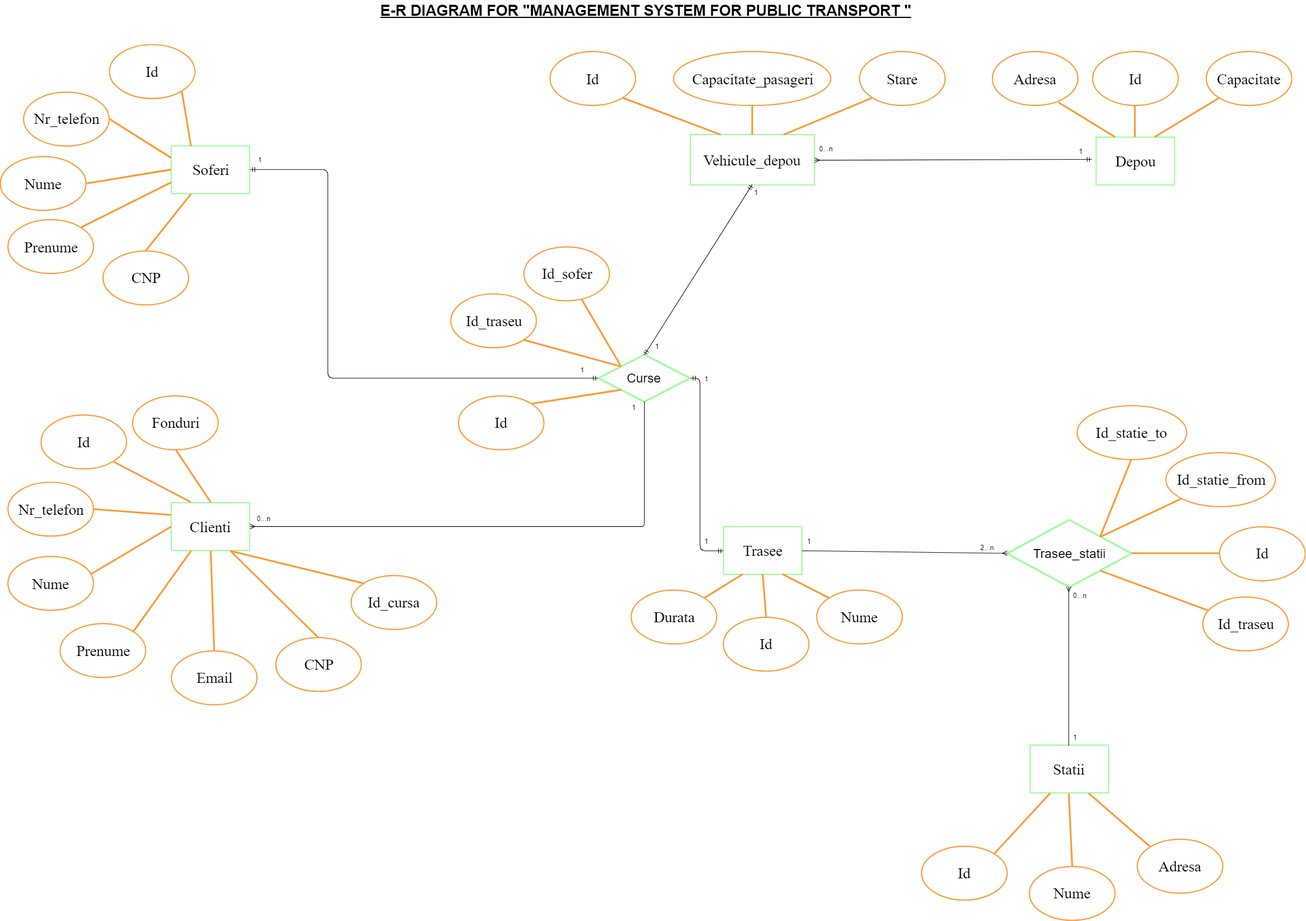
andreicalinciuc/SGBD keeps this draw.io diagram as E-R diagram.png. Above is the earlier version. Source tidied: cells renumbered, new cells last; positions are measured from the earlier drawing's top-left corner, leaving out a move shared by most shapes.
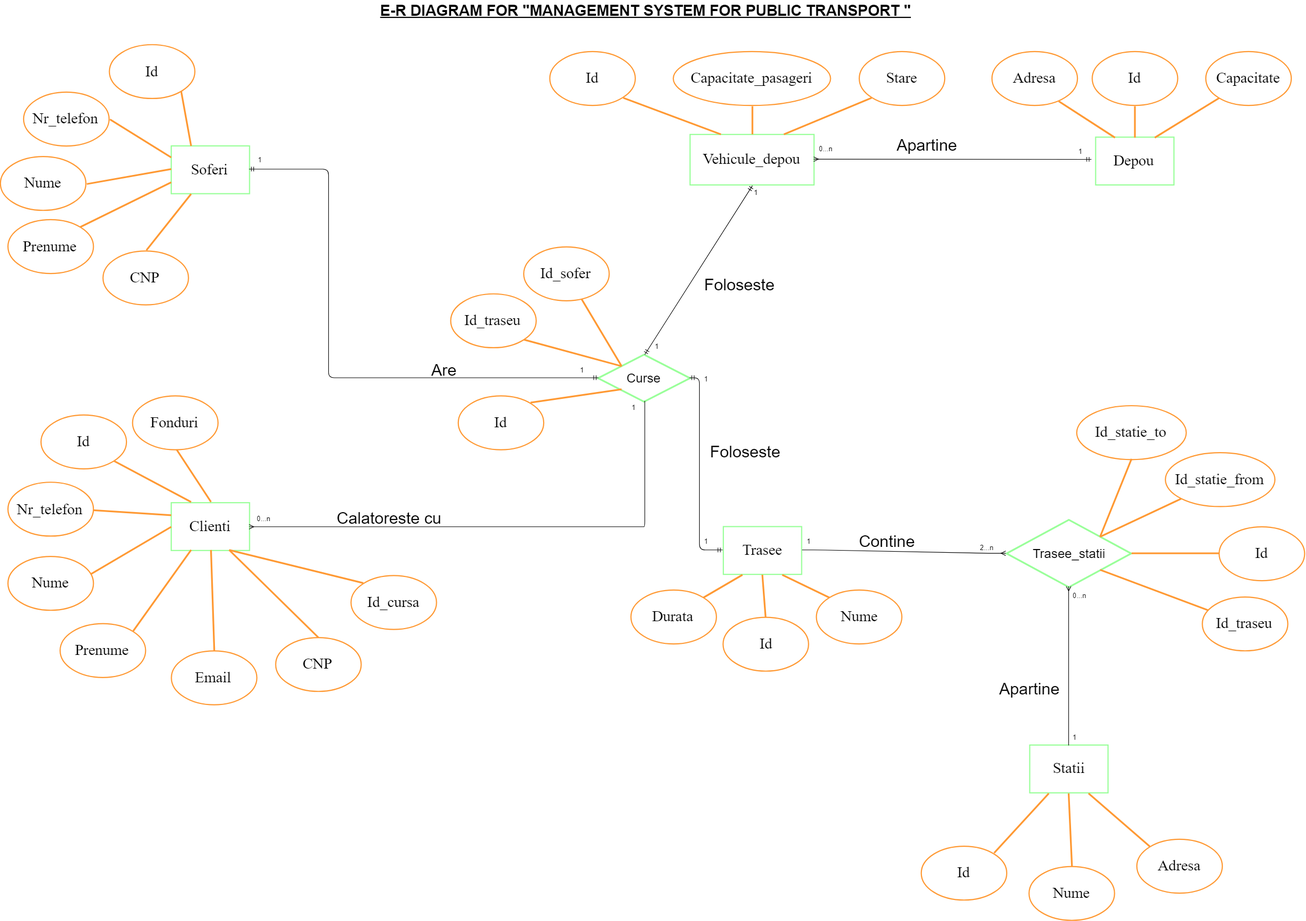
The same file after the commit.

Diff of the diagram source:
```diff
@@ -303,5 +303,26 @@
     <mxCell id="95" value="Id_cursa" style="ellipse;whiteSpace=wrap;html=1;rounded=0;shadow=0;glass=0;comic=0;strokeWidth=2;fontFamily=Times New Roman;fontSize=26;strokeColor=#FF9933;" parent="1" vertex="1">
       <mxGeometry x="604.2" y="992.2" width="147.5" height="92.9" as="geometry" />
     </mxCell>
+    <mxCell id="96" value="&lt;font style=&quot;font-size: 28px&quot;&gt;Are&lt;/font&gt;" style="text;html=1;align=left;verticalAlign=top;spacingTop=-4;" parent="1" vertex="1">
+      <mxGeometry x="741" y="618.5" width="60" height="20" as="geometry" />
+    </mxCell>
+    <mxCell id="97" value="&lt;span style=&quot;font-size: 28px&quot;&gt;Calatoreste cu&lt;/span&gt;" style="text;html=1;align=left;verticalAlign=top;spacingTop=-4;" parent="1" vertex="1">
+      <mxGeometry x="578" y="875" width="200" height="20" as="geometry" />
+    </mxCell>
+    <mxCell id="98" value="&lt;font style=&quot;font-size: 28px&quot;&gt;Apartine&lt;/font&gt;" style="text;html=1;align=left;verticalAlign=top;spacingTop=-4;" parent="1" vertex="1">
+      <mxGeometry x="1544" y="231.5" width="120" height="20" as="geometry" />
+    </mxCell>
+    <mxCell id="99" value="&lt;font style=&quot;font-size: 28px&quot;&gt;Foloseste&lt;/font&gt;" style="text;html=1;align=left;verticalAlign=top;spacingTop=-4;" parent="1" vertex="1">
+      <mxGeometry x="1212" y="472" width="140" height="20" as="geometry" />
+    </mxCell>
+    <mxCell id="100" value="&lt;font style=&quot;font-size: 28px&quot;&gt;Foloseste&lt;/font&gt;" style="text;html=1;align=left;verticalAlign=top;spacingTop=-4;" parent="1" vertex="1">
+      <mxGeometry x="1222" y="760" width="140" height="20" as="geometry" />
+    </mxCell>
+    <mxCell id="101" value="&lt;font style=&quot;font-size: 28px&quot;&gt;Contine&lt;/font&gt;" style="text;html=1;align=left;verticalAlign=top;spacingTop=-4;" parent="1" vertex="1">
+      <mxGeometry x="1478.5" y="915.5" width="110" height="20" as="geometry" />
+    </mxCell>
+    <mxCell id="102" value="&lt;font style=&quot;font-size: 28px&quot;&gt;Apartine&lt;/font&gt;" style="text;html=1;align=left;verticalAlign=top;spacingTop=-4;" parent="1" vertex="1">
+      <mxGeometry x="1720.5" y="1169" width="120" height="20" as="geometry" />
+    </mxCell>
   </root>
 </mxGraphModel>
```
